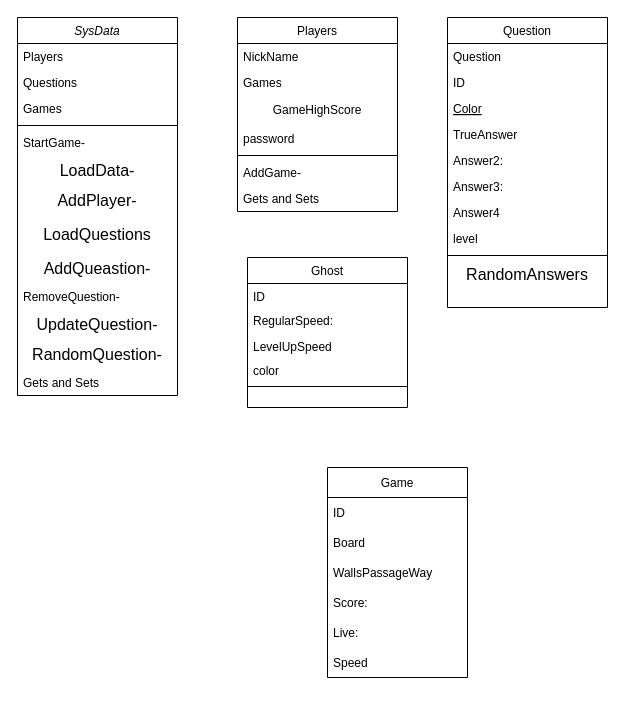
The draw.io diagram Untitled Diagram.drawio in muhammad197/Pack-Man, before the edit. Source tidied: cells renumbered, new cells numbered last; positions are measured from the earlier drawing's top-left corner, leaving out a move shared by most shapes. Both pictures are drawn from the tidied source at 100%, with x=0, y=0 at pixel (17, 17).
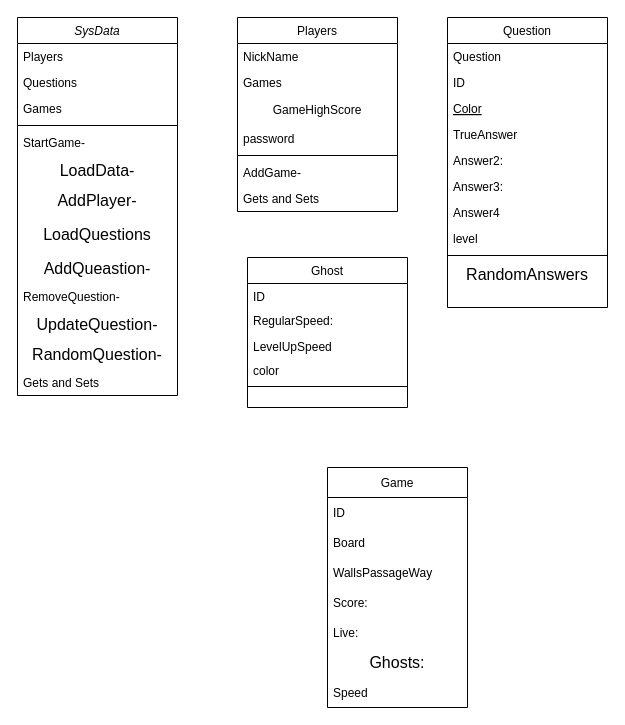
The same diagram, later.

Diff of the diagram source:
```diff
@@
     <mxCell id="41" value="Game" style="swimlane;fontStyle=0;horizontal=1;startSize=30;" parent="1" vertex="1">
-      <mxGeometry x="310" y="450" width="140" height="210" as="geometry" />
+      <mxGeometry x="310" y="450" width="140" height="240" as="geometry" />
     </mxCell>
@@
+    <mxCell id="48" value="&lt;div class=&quot;page&quot; title=&quot;Page 11&quot;&gt;&lt;div class=&quot;section&quot; style=&quot;background-color: rgb(255 , 255 , 255)&quot;&gt;&lt;div class=&quot;layoutArea&quot;&gt;&lt;div class=&quot;column&quot;&gt;&lt;p&gt;&lt;span style=&quot;font-size: 12pt ; font-family: &amp;#34;arialmt&amp;#34;&quot;&gt;Ghosts:&lt;/span&gt;&lt;/p&gt;&lt;/div&gt;&lt;/div&gt;&lt;/div&gt;&lt;/div&gt;" style="text;html=1;strokeColor=none;fillColor=none;align=center;verticalAlign=middle;whiteSpace=wrap;rounded=0;" parent="41" vertex="1">
+      <mxGeometry y="180" width="140" height="30" as="geometry" />
+    </mxCell>
     <mxCell id="47" value="Speed" style="text;strokeColor=none;fillColor=none;align=left;verticalAlign=middle;spacingLeft=4;spacingRight=4;overflow=hidden;" parent="41" vertex="1">
-      <mxGeometry y="180" width="140" height="30" as="geometry" />
+      <mxGeometry y="210" width="140" height="30" as="geometry" />
     </mxCell>
```
